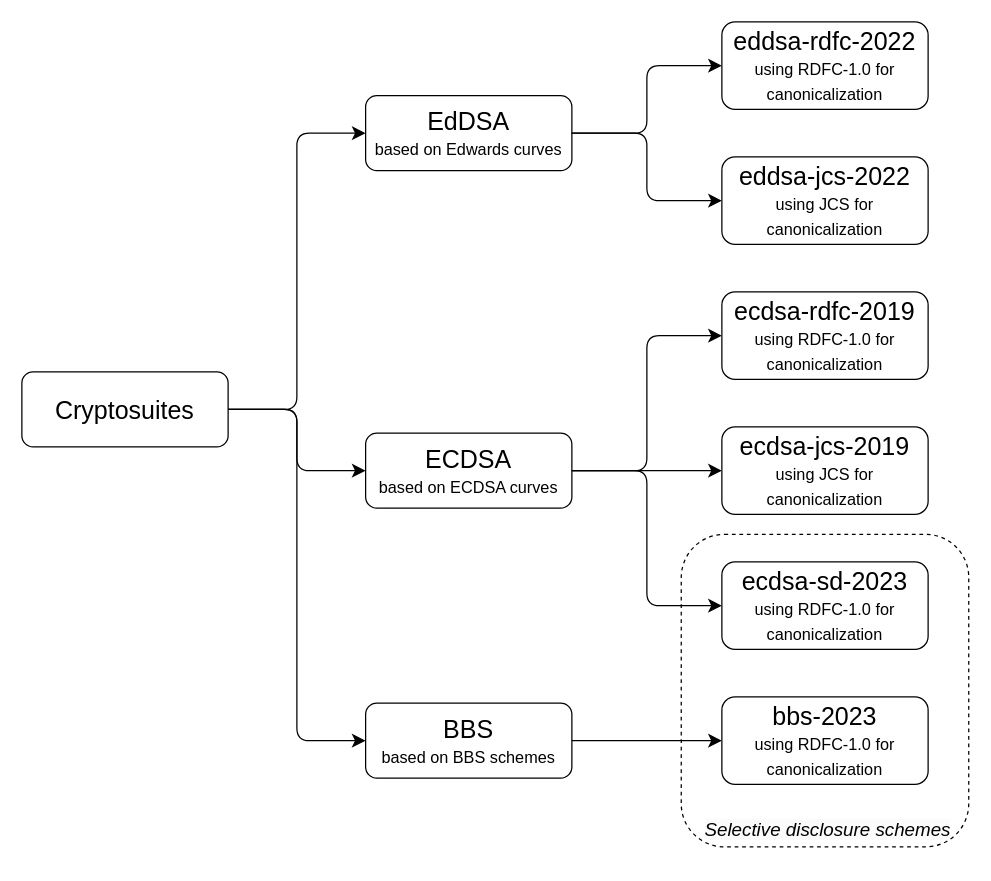
This is diagrams/cryptosuites.drawio from w3c/vc-overview, a draw.io file, before an edit. Source tidied: cells renumbered, new cells numbered last; positions are measured from the earlier drawing's top-left corner, leaving out a move shared by most shapes. Both pictures are drawn from the tidied source at 125%, with x=0, y=0 at pixel (21, 21).
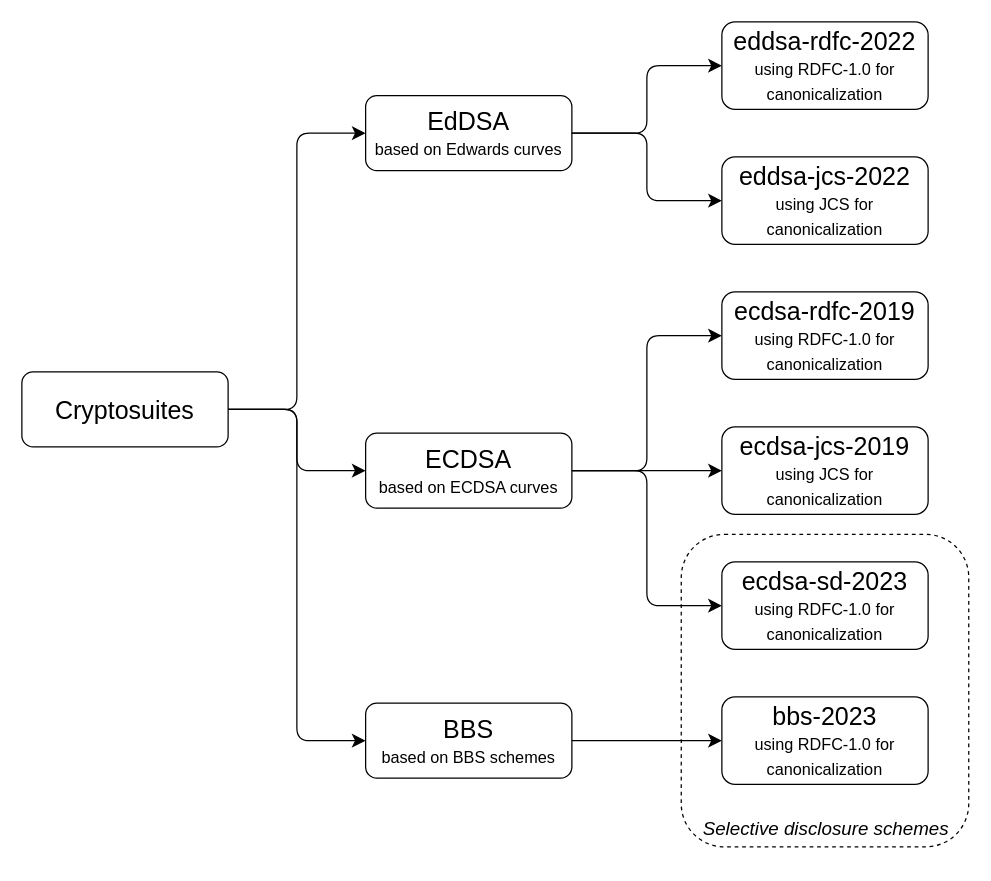
The same page after the edit.

Diff of the diagram source:
```diff
@@
-    <mxCell id="23" value="&lt;i style=&quot;border-color: var(--border-color); color: rgb(0, 0, 0); font-family: Helvetica; font-variant-ligatures: normal; font-variant-caps: normal; font-weight: 400; letter-spacing: normal; orphans: 2; text-indent: 0px; text-transform: none; widows: 2; word-spacing: 0px; -webkit-text-stroke-width: 0px; background-color: rgb(251, 251, 251); text-decoration-thickness: initial; text-decoration-style: initial; text-decoration-color: initial;&quot;&gt;&lt;font style=&quot;font-size: 15px;&quot;&gt;Selective disclosure schemes&lt;/font&gt;&lt;/i&gt;" style="text;whiteSpace=wrap;html=1;fontSize=16;align=center;rounded=1;labelBackgroundColor=none;" parent="1" vertex="1">
-      <mxGeometry x="535" y="630" width="220" height="40" as="geometry" />
+    <mxCell id="23" value="&lt;i&gt;Selective disclosure schemes&lt;/i&gt;" style="text;html=1;align=center;verticalAlign=middle;strokeColor=none;fillColor=none;fontSize=15;" parent="1" vertex="1">
+      <mxGeometry x="532.5" y="630" width="220" height="30" as="geometry" />
     </mxCell>
```
